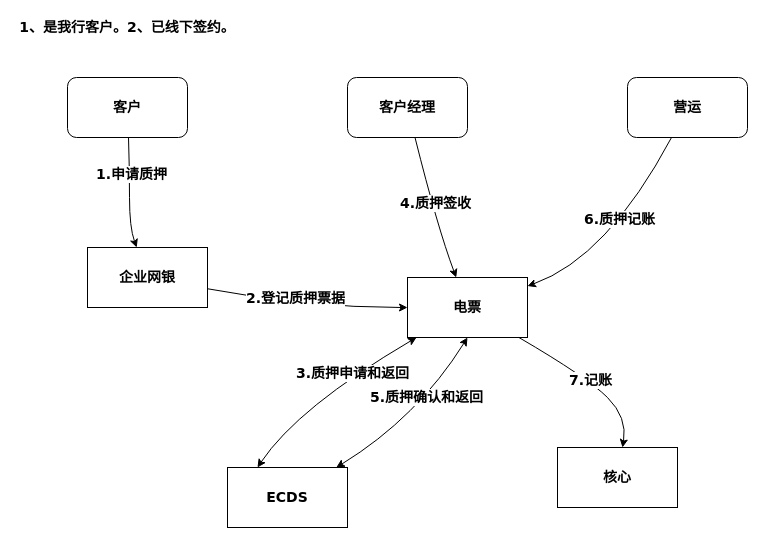
Above: page "本行客户挑票质押" (1 of 4) of md/财富管理平台质押托收.drawio in techctu/Weki (draw.io), before the change. Source tidied: cells renumbered, new cells numbered last; positions are measured from the earlier drawing's top-left corner, leaving out a move shared by most shapes. Both pictures are drawn from the tidied source at 100%, with x=0, y=0 at pixel (17, 17).
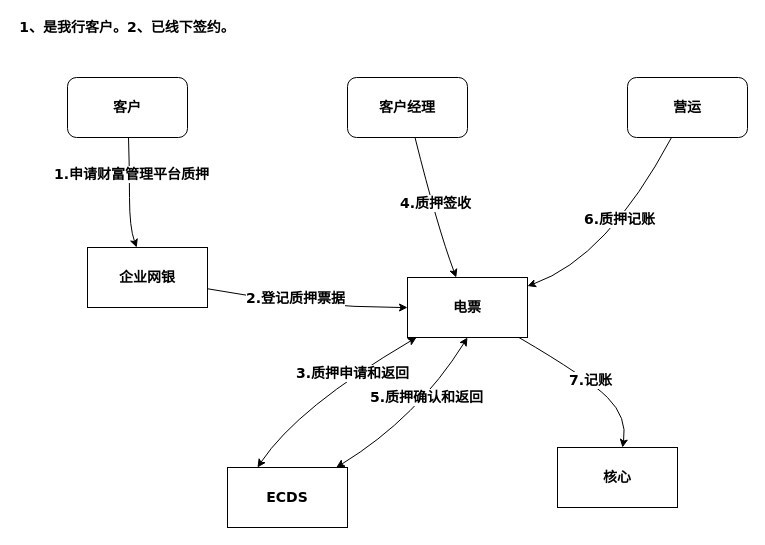
After the change.

Unchanged cells that the change refers to:
```xml
<mxCell id="9" style="curved=1;endArrow=classic;html=1;fontFamily=Verdana;fontStyle=1;fontSize=14;" parent="1" edge="1" source="2" target="5">
  <mxGeometry relative="1" as="geometry">
    <Array as="points">
      <mxPoint x="112" y="150" />
      <mxPoint x="112" y="210" />
    </Array>
  </mxGeometry>
</mxCell>
```

Change to the diagram source:
```diff
@@
-    <mxCell id="10" value="1.申请质押&lt;br style=&quot;font-size: 14px;&quot;&gt;" style="text;html=1;align=center;verticalAlign=middle;labelBackgroundColor=#ffffff;fontFamily=Verdana;fontStyle=1;fontSize=14;" parent="9" vertex="1">
+    <mxCell id="10" value="1.申请财富管理平台质押&lt;br style=&quot;font-size: 14px&quot;&gt;" style="text;html=1;align=center;verticalAlign=middle;labelBackgroundColor=#ffffff;fontFamily=Verdana;fontStyle=1;fontSize=14;" parent="9" vertex="1">
       <mxGeometry x="-0.34" y="1" relative="1" as="geometry" />
     </mxCell>
```
